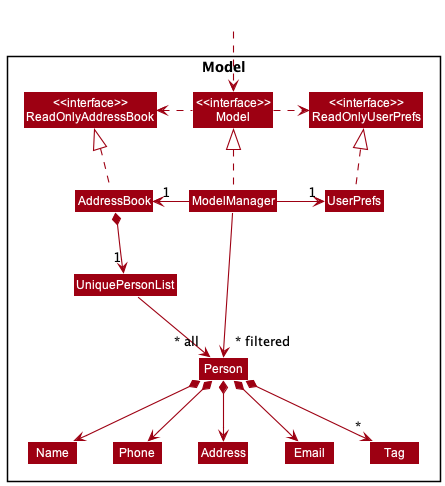
nus-cs2103-AY2223S1/tp keeps this PlantUML diagram as docs/images/dg/ModelClassDiagram.png. Above is the earlier version.
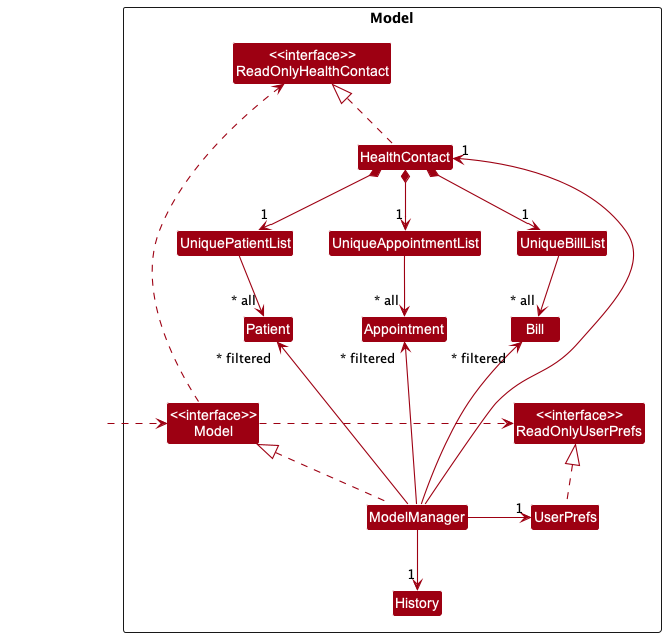
The same diagram one commit later.

Commit message:
Update AddressBook to HealthContact

Change to the diagram source:
```diff
@@ -5,46 +5,49 @@
 skinparam classBackgroundColor MODEL_COLOR
 
 Package Model <<Rectangle>>{
-Class "<<interface>>\nReadOnlyAddressBook" as ReadOnlyAddressBook
+Class "<<interface>>\nReadOnlyHealthContact" as ReadOnlyHealthContact
 Class "<<interface>>\nReadOnlyUserPrefs" as ReadOnlyUserPrefs
 Class "<<interface>>\nModel" as Model
-Class AddressBook
+Class HealthContact
 Class ModelManager
 Class UserPrefs
+Class History
 
-Class UniquePersonList
-Class Person
-Class Address
-Class Email
-Class Name
-Class Phone
-Class Tag
+Class Patient
+Class Appointment
+Class Bill
 
+Class UniquePatientList
+Class UniqueAppointmentList
+Class UniqueBillList
 }
 
 Class HiddenOutside #FFFFFF
-HiddenOutside ..> Model
+HiddenOutside .> Model
 
-AddressBook .up.|> ReadOnlyAddressBook
 
 ModelManager .up.|> Model
+
+HealthContact .up.|> ReadOnlyHealthContact
+
 Model .right.> ReadOnlyUserPrefs
-Model .left.> ReadOnlyAddressBook
-ModelManager -left-> "1" AddressBook
+Model .left.> ReadOnlyHealthContact
+
 ModelManager -right-> "1" UserPrefs
+ModelManager --> "1" History
 UserPrefs .up.|> ReadOnlyUserPrefs
 
-AddressBook *--> "1" UniquePersonList
-UniquePersonList --> "~* all" Person
-Person *--> Name
-Person *--> Phone
-Person *--> Email
-Person *--> Address
-Person *--> "*" Tag
+HealthContact *-down-> "1" UniquePatientList
+HealthContact *-down-> "1" UniqueAppointmentList
+HealthContact *-down-> "1" UniqueBillList
 
-Name -[hidden]right-> Phone
-Phone -[hidden]right-> Address
-Address -[hidden]right-> Email
+UniquePatientList --> "~* all" Patient
+UniqueAppointmentList --> "~* all" Appointment
+UniqueBillList --> "~* all" Bill
 
-ModelManager -->"~* filtered" Person
+ModelManager -up----> "1" HealthContact
+
+ModelManager -up-->"~* filtered" Patient
+ModelManager -up-->"~* filtered" Appointment
+ModelManager -up-->"~* filtered" Bill
 @enduml
```
